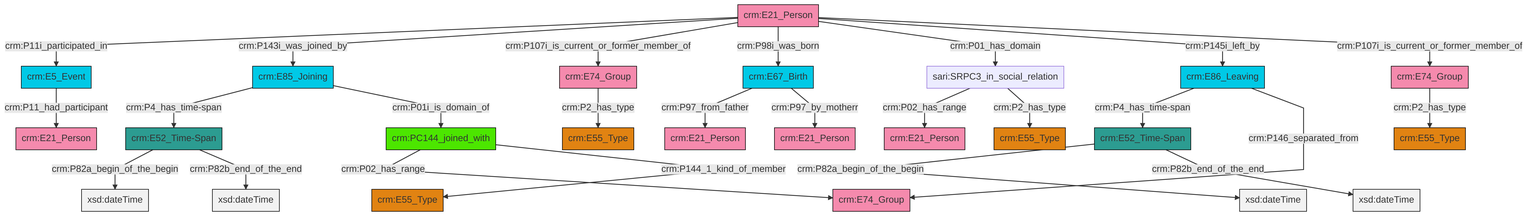
The Mermaid diagram et/personCSV/ttl/mmd/png/Person_Actor_Relations.png in swiss-art-research-net/docs.swissartresearch, before a commit. Its source is kept beside it as et/personCSV/ttl/mmd/Person_Actor_Relations.ttl.mmd.
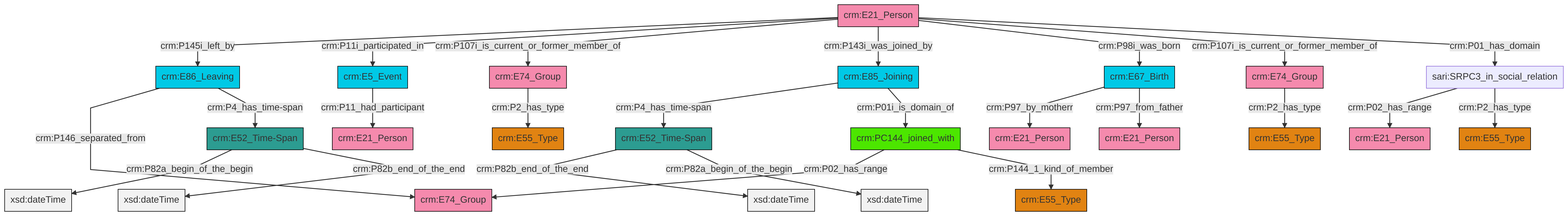
Above is the later version.

The edit, as a diff of the source:
```diff
@@ -13,27 +13,27 @@
 classDef PC_Classes fill:#4ce600, stroke:#000000;
 classDef Multi fill:#cccccc,stroke:#000000;
 
-2["crm:PC144_joined_with"]:::PC_Classes -->|crm:P02_has_range| 3["crm:E74_Group"]:::Actor
-2["crm:PC144_joined_with"]:::PC_Classes -->|crm:P144_1_kind_of_member| 4["crm:E55_Type"]:::Type
-7["crm:E74_Group"]:::Actor -->|crm:P2_has_type| 8["crm:E55_Type"]:::Type
-11["crm:E85_Joining"]:::Temporal_Entity -->|crm:P4_has_time-span| 12["crm:E52_Time-Span"]:::Time-Span
-0["crm:E21_Person"]:::Actor -->|crm:P11i_participated_in| 18["crm:E5_Event"]:::Temporal_Entity
-11["crm:E85_Joining"]:::Temporal_Entity -->|crm:P01i_is_domain_of| 2["crm:PC144_joined_with"]:::PC_Classes
-12["crm:E52_Time-Span"]:::Time-Span -->|crm:P82a_begin_of_the_begin| 21[xsd:dateTime]:::Literal
-0["crm:E21_Person"]:::Actor -->|crm:P143i_was_joined_by| 11["crm:E85_Joining"]:::Temporal_Entity
-16["crm:E52_Time-Span"]:::Time-Span -->|crm:P82a_begin_of_the_begin| 24[xsd:dateTime]:::Literal
-22["crm:E74_Group"]:::Actor -->|crm:P2_has_type| 26["crm:E55_Type"]:::Type
-27["sari:SRPC3_in_social_relation"]:::Default -->|crm:P02_has_range| 31["crm:E21_Person"]:::Actor
-33["crm:E67_Birth"]:::Temporal_Entity -->|crm:P97_from_father| 9["crm:E21_Person"]:::Actor
-5["crm:E86_Leaving"]:::Temporal_Entity -->|crm:P4_has_time-span| 16["crm:E52_Time-Span"]:::Time-Span
-0["crm:E21_Person"]:::Actor -->|crm:P107i_is_current_or_former_member_of| 7["crm:E74_Group"]:::Actor
-0["crm:E21_Person"]:::Actor -->|crm:P98i_was_born| 33["crm:E67_Birth"]:::Temporal_Entity
-12["crm:E52_Time-Span"]:::Time-Span -->|crm:P82b_end_of_the_end| 39[xsd:dateTime]:::Literal
-33["crm:E67_Birth"]:::Temporal_Entity -->|crm:P97_by_motherr| 29["crm:E21_Person"]:::Actor
-0["crm:E21_Person"]:::Actor -->|crm:P01_has_domain| 27["sari:SRPC3_in_social_relation"]:::Default
-27["sari:SRPC3_in_social_relation"]:::Default -->|crm:P2_has_type| 19["crm:E55_Type"]:::Type
-18["crm:E5_Event"]:::Temporal_Entity -->|crm:P11_had_participant| 34["crm:E21_Person"]:::Actor
-16["crm:E52_Time-Span"]:::Time-Span -->|crm:P82b_end_of_the_end| 42[xsd:dateTime]:::Literal
-0["crm:E21_Person"]:::Actor -->|crm:P145i_left_by| 5["crm:E86_Leaving"]:::Temporal_Entity
-5["crm:E86_Leaving"]:::Temporal_Entity -->|crm:P146_separated_from| 3["crm:E74_Group"]:::Actor
-0["crm:E21_Person"]:::Actor -->|crm:P107i_is_current_or_former_member_of| 22["crm:E74_Group"]:::Actor
+0["crm:E86_Leaving"]:::Temporal_Entity -->|crm:P146_separated_from| 2["crm:E74_Group"]:::Actor
+5["crm:E74_Group"]:::Actor -->|crm:P2_has_type| 6["crm:E55_Type"]:::Type
+7["crm:PC144_joined_with"]:::PC_Classes -->|crm:P02_has_range| 2["crm:E74_Group"]:::Actor
+8["crm:E85_Joining"]:::Temporal_Entity -->|crm:P4_has_time-span| 9["crm:E52_Time-Span"]:::Time-Span
+9["crm:E52_Time-Span"]:::Time-Span -->|crm:P82b_end_of_the_end| 10[xsd:dateTime]:::Literal
+9["crm:E52_Time-Span"]:::Time-Span -->|crm:P82a_begin_of_the_begin| 13[xsd:dateTime]:::Literal
+19["crm:E52_Time-Span"]:::Time-Span -->|crm:P82a_begin_of_the_begin| 20[xsd:dateTime]:::Literal
+21["sari:SRPC3_in_social_relation"]:::Default -->|crm:P02_has_range| 22["crm:E21_Person"]:::Actor
+23["crm:E21_Person"]:::Actor -->|crm:P145i_left_by| 0["crm:E86_Leaving"]:::Temporal_Entity
+23["crm:E21_Person"]:::Actor -->|crm:P11i_participated_in| 30["crm:E5_Event"]:::Temporal_Entity
+23["crm:E21_Person"]:::Actor -->|crm:P107i_is_current_or_former_member_of| 3["crm:E74_Group"]:::Actor
+21["sari:SRPC3_in_social_relation"]:::Default -->|crm:P2_has_type| 28["crm:E55_Type"]:::Type
+19["crm:E52_Time-Span"]:::Time-Span -->|crm:P82b_end_of_the_end| 33[xsd:dateTime]:::Literal
+30["crm:E5_Event"]:::Temporal_Entity -->|crm:P11_had_participant| 11["crm:E21_Person"]:::Actor
+23["crm:E21_Person"]:::Actor -->|crm:P143i_was_joined_by| 8["crm:E85_Joining"]:::Temporal_Entity
+14["crm:E67_Birth"]:::Temporal_Entity -->|crm:P97_by_motherr| 31["crm:E21_Person"]:::Actor
+23["crm:E21_Person"]:::Actor -->|crm:P98i_was_born| 14["crm:E67_Birth"]:::Temporal_Entity
+3["crm:E74_Group"]:::Actor -->|crm:P2_has_type| 25["crm:E55_Type"]:::Type
+23["crm:E21_Person"]:::Actor -->|crm:P107i_is_current_or_former_member_of| 5["crm:E74_Group"]:::Actor
+8["crm:E85_Joining"]:::Temporal_Entity -->|crm:P01i_is_domain_of| 7["crm:PC144_joined_with"]:::PC_Classes
+0["crm:E86_Leaving"]:::Temporal_Entity -->|crm:P4_has_time-span| 19["crm:E52_Time-Span"]:::Time-Span
+7["crm:PC144_joined_with"]:::PC_Classes -->|crm:P144_1_kind_of_member| 17["crm:E55_Type"]:::Type
+14["crm:E67_Birth"]:::Temporal_Entity -->|crm:P97_from_father| 45["crm:E21_Person"]:::Actor
+23["crm:E21_Person"]:::Actor -->|crm:P01_has_domain| 21["sari:SRPC3_in_social_relation"]:::Default
```
